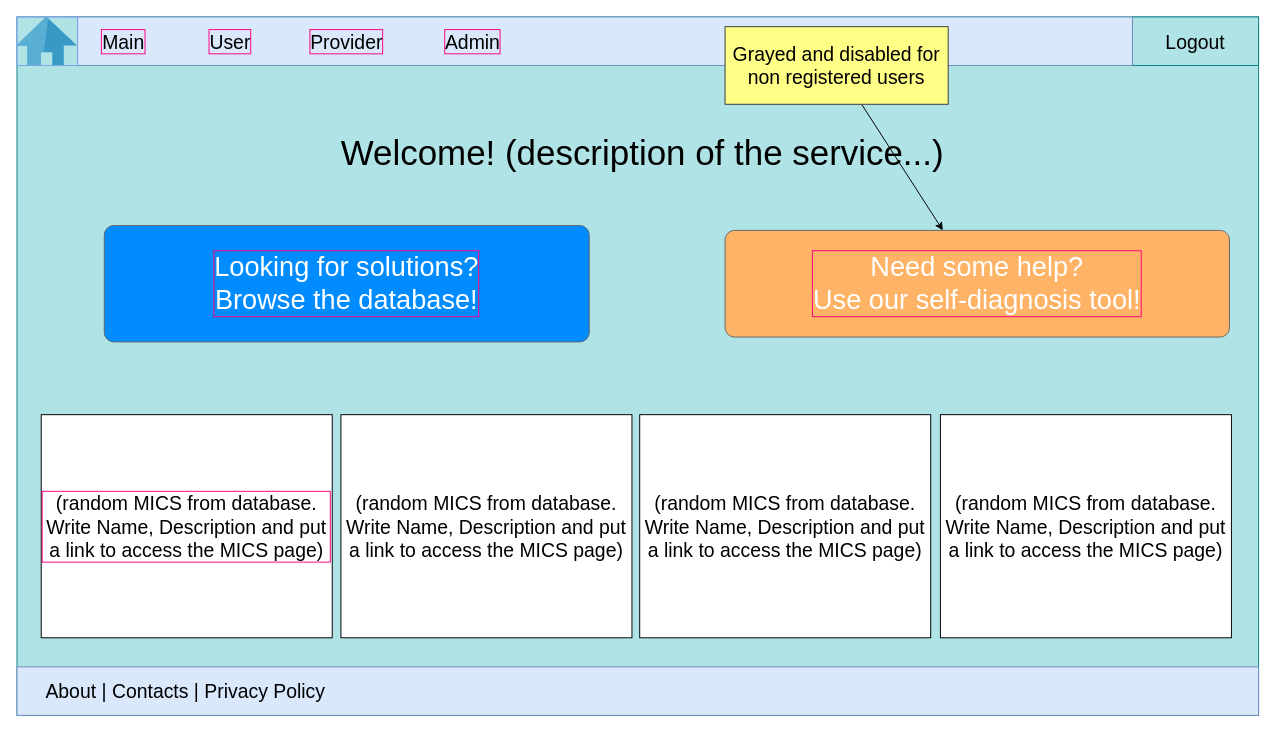
This is page "Main" (2 of 17) of IDP048 UI.drawio.xml from giuseppe-r2m/mics-finder, a draw.io file, before an edit. Source tidied: cells renumbered, new cells numbered last; positions are measured from the earlier drawing's top-left corner, leaving out a move shared by most shapes. Both pictures are drawn from the tidied source at 97%, with x=0, y=0 at pixel (16, 16).
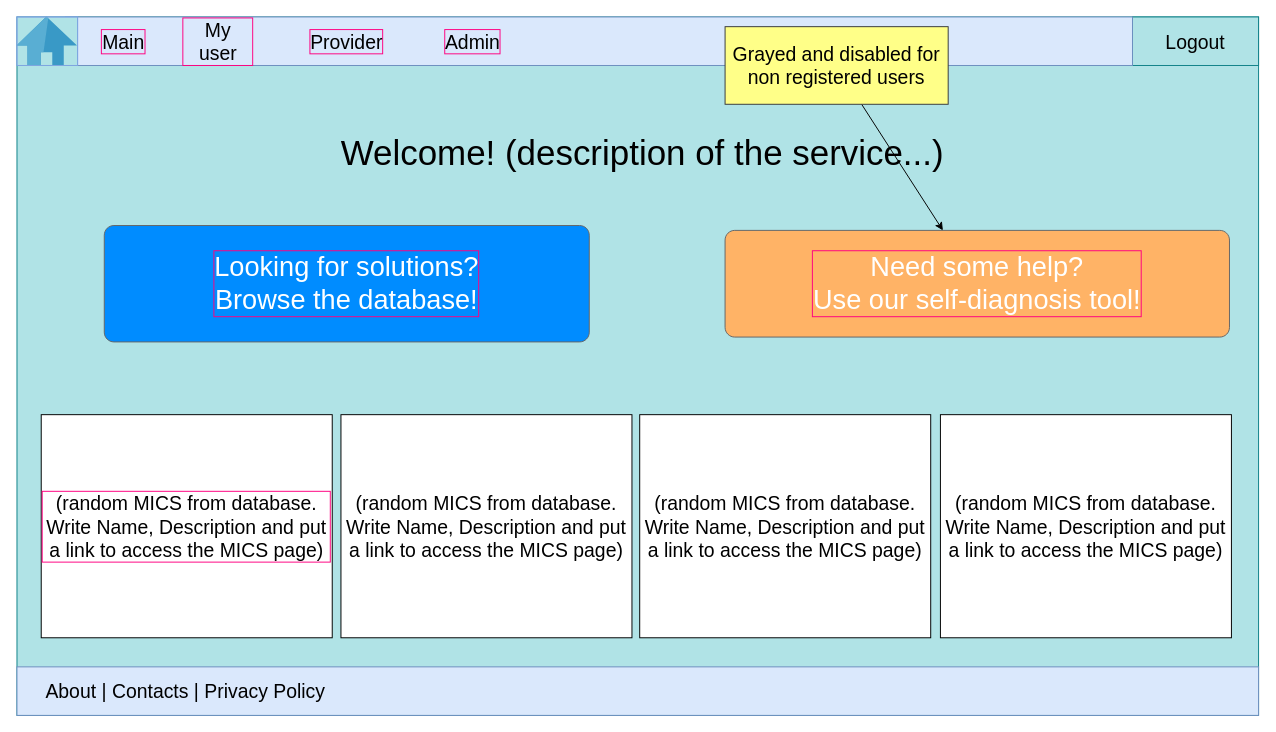
The same diagram, later.

Commit message (it also covers changes not shown here):
[UPD] Updated after some user comments

Diff of the diagram source:
```diff
@@
-    <mxCell id="15" value="User" style="text;html=1;strokeColor=none;fillColor=none;align=center;verticalAlign=middle;whiteSpace=wrap;rounded=0;fontSize=20;fontColor=#000000;labelBorderColor=#FF0080;" parent="1" vertex="1">
-      <mxGeometry x="190" y="10" width="60" height="30" as="geometry" />
-    </mxCell>
@@
+    <mxCell id="21" value="My user" style="text;html=1;strokeColor=none;fillColor=none;align=center;verticalAlign=middle;whiteSpace=wrap;rounded=0;fontSize=20;fontColor=#000000;labelBorderColor=#FF0080;" parent="1" vertex="1">
+      <mxGeometry x="170" y="10" width="75" height="30" as="geometry" />
+    </mxCell>
```
